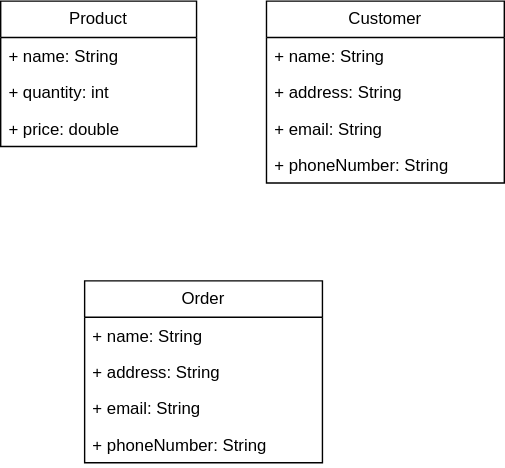
The draw.io diagram OnlineShoppingSystem.drawio.svg in uchiharizvi/design-diagrams, before a commit. Source tidied: cells renumbered, new cells last; positions are measured from the earlier drawing's top-left corner, leaving out a move shared by most shapes.
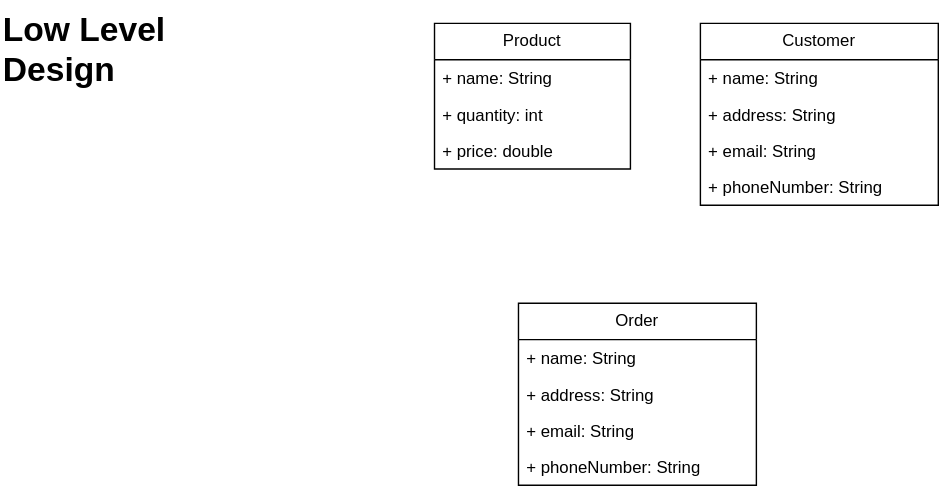
Above is the later version.

Diff of the diagram source:
```diff
@@ -44,5 +44,8 @@
     <mxCell id="15" value="+ phoneNumber: String" style="text;strokeColor=none;fillColor=none;align=left;verticalAlign=top;spacingLeft=4;spacingRight=4;overflow=hidden;whiteSpace=wrap;html=1;" parent="11" vertex="1">
       <mxGeometry y="104" width="170" height="26" as="geometry" />
     </mxCell>
+    <mxCell id="16" value="&lt;h1 style=&quot;margin-top: 0px;&quot;&gt;Low Level Design&lt;/h1&gt;&lt;p&gt;&lt;br&gt;&lt;/p&gt;" style="text;html=1;whiteSpace=wrap;overflow=hidden;rounded=0;" parent="1" vertex="1">
+      <mxGeometry x="-310" y="-16" width="180" height="66" as="geometry" />
+    </mxCell>
   </root>
 </mxGraphModel>
```
